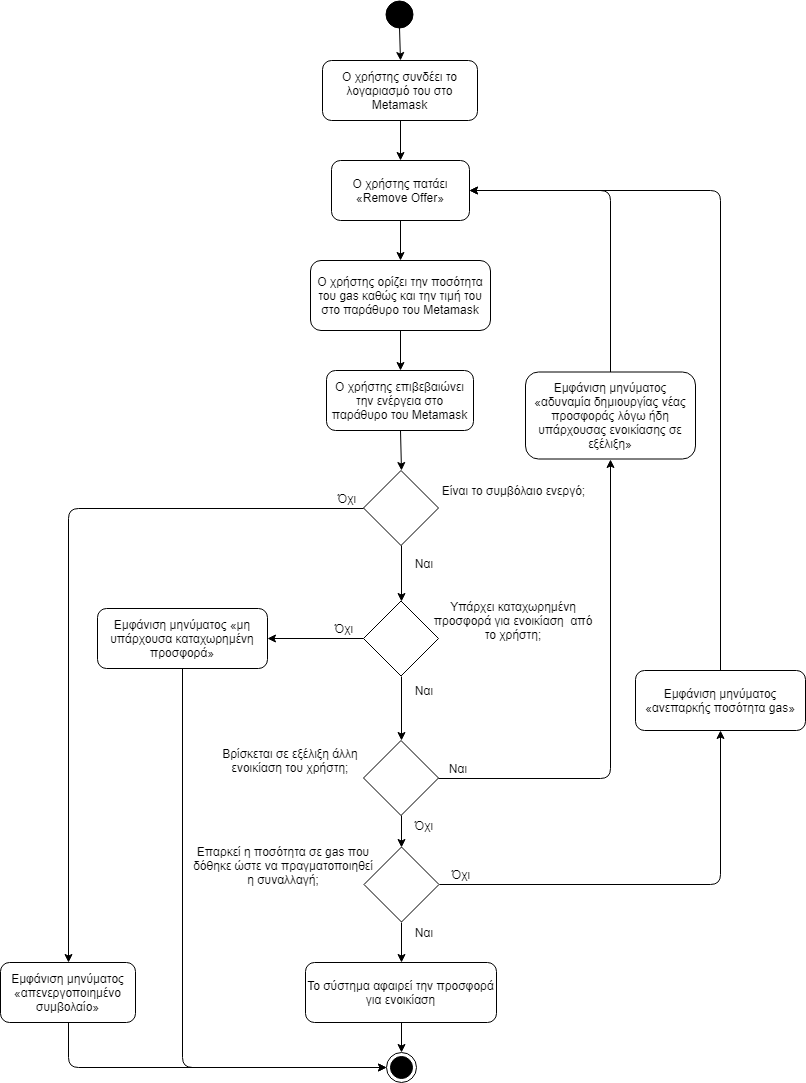
Before: diagrams/RemoveOffer/RemoveOffer.png, a diagram exported from draw.io (gkamtzir/Ethereum-ICO-Diploma-Thesis). Source tidied: cells renumbered, new cells last; positions are measured from the earlier drawing's top-left corner, leaving out a move shared by most shapes.
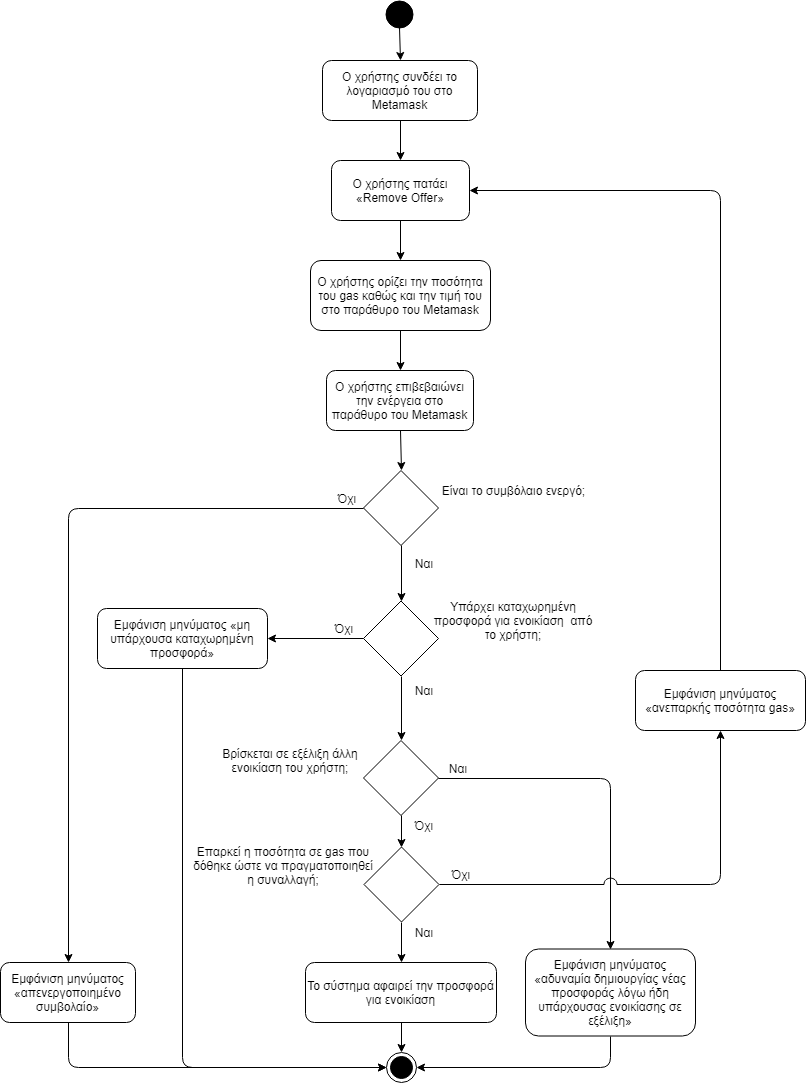
After the change.

What changed in the source:
```diff
@@ -26,20 +26,13 @@
     <mxCell id="9" value="Όχι" style="text;html=1;strokeColor=none;fillColor=none;align=center;verticalAlign=middle;whiteSpace=wrap;rounded=0;" parent="1" vertex="1">
       <mxGeometry x="403" y="815" width="40" height="20" as="geometry" />
     </mxCell>
-    <mxCell id="10" style="endArrow=classic;html=1;exitX=1;exitY=0.5;exitDx=0;exitDy=0;entryX=0.5;entryY=1;entryDx=0;entryDy=0;" parent="1" edge="1" source="5" target="43">
+    <mxCell id="10" style="endArrow=classic;html=1;exitX=1;exitY=0.5;exitDx=0;exitDy=0;jumpStyle=arc;jumpSize=13;entryX=0.5;entryY=0;entryDx=0;entryDy=0;" parent="1" edge="1" source="5" target="43">
       <mxGeometry relative="1" as="geometry">
         <Array as="points">
           <mxPoint x="610" y="778" />
         </Array>
       </mxGeometry>
     </mxCell>
-    <mxCell id="11" style="endArrow=classic;html=1;entryX=1;entryY=0.5;entryDx=0;entryDy=0;exitX=0.5;exitY=0;exitDx=0;exitDy=0;" parent="1" edge="1" source="43" target="4">
-      <mxGeometry relative="1" as="geometry">
-        <Array as="points">
-          <mxPoint x="610" y="190" />
-        </Array>
-      </mxGeometry>
-    </mxCell>
     <mxCell id="12" style="rhombus;whiteSpace=wrap;html=1;fillColor=#ffffff;gradientColor=none;" parent="1" vertex="1">
       <mxGeometry x="363" y="470" width="75" height="75" as="geometry" />
     </mxCell>
@@ -82,7 +75,7 @@
     <mxCell id="25" value="Εμφάνιση μηνύματος «ανεπαρκής ποσότητα gas»" style="rounded=1;whiteSpace=wrap;html=1;" parent="1" vertex="1">
       <mxGeometry x="635" y="670" width="170" height="60" as="geometry" />
     </mxCell>
-    <mxCell id="26" style="endArrow=classic;html=1;exitX=1;exitY=0.5;exitDx=0;exitDy=0;entryX=0.5;entryY=1;entryDx=0;entryDy=0;" parent="1" edge="1" source="15" target="25">
+    <mxCell id="26" style="endArrow=classic;html=1;exitX=1;exitY=0.5;exitDx=0;exitDy=0;entryX=0.5;entryY=1;entryDx=0;entryDy=0;jumpStyle=arc;jumpSize=13;" parent="1" edge="1" source="15" target="25">
       <mxGeometry relative="1" as="geometry">
         <Array as="points">
           <mxPoint x="720" y="884" />
@@ -150,7 +143,7 @@
       <mxGeometry x="427.5" y="590" width="170" height="60" as="geometry" />
     </mxCell>
     <mxCell id="43" value="Εμφάνιση μηνύματος «αδυναμία δημιουργίας νέας προσφοράς λόγω ήδη υπάρχουσας ενοικίασης σε εξέλιξη»" style="rounded=1;whiteSpace=wrap;html=1;" parent="1" vertex="1">
-      <mxGeometry x="525" y="371.5" width="170" height="87" as="geometry" />
+      <mxGeometry x="525" y="948.5" width="170" height="87" as="geometry" />
     </mxCell>
     <mxCell id="44" value="Εμφάνιση μηνύματος «μη υπάρχουσα καταχωρημένη προσφορά»" style="rounded=1;whiteSpace=wrap;html=1;" parent="1" vertex="1">
       <mxGeometry x="97" y="608" width="170" height="60" as="geometry" />
@@ -165,5 +158,12 @@
         </Array>
       </mxGeometry>
     </mxCell>
+    <mxCell id="47" style="endArrow=classic;html=1;exitX=0.5;exitY=1;exitDx=0;exitDy=0;entryX=1;entryY=0.5;entryDx=0;entryDy=0;" parent="1" edge="1" source="43" target="40">
+      <mxGeometry relative="1" as="geometry">
+        <Array as="points">
+          <mxPoint x="610" y="1067" />
+        </Array>
+      </mxGeometry>
+    </mxCell>
   </root>
 </mxGraphModel>
```
